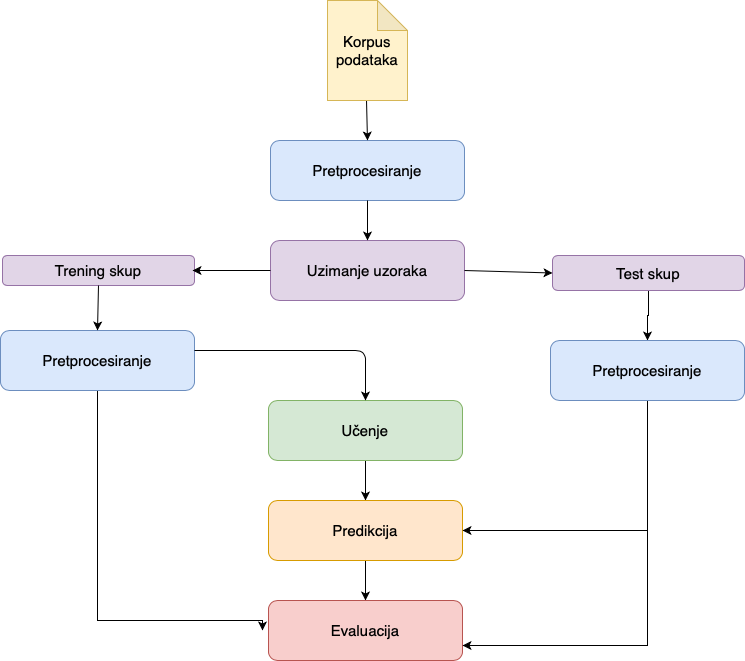
PeleksicLjubica/AlzheimerDiseaseClassification keeps this draw.io diagram as latex/images/workflow.png. Above is the earlier version. Source tidied: cells renumbered, new cells last; positions are measured from the earlier drawing's top-left corner, leaving out a move shared by most shapes. Source of this version:
```xml
<mxGraphModel>
  <root>
    <mxCell id="0" />
    <mxCell id="1" parent="0" />
    <mxCell id="2" value="Pretprocesiranje" style="rounded=1;whiteSpace=wrap;html=1;fillColor=#dae8fc;strokeColor=#6c8ebf;fontSize=15;" parent="1" vertex="1">
      <mxGeometry x="270" y="140" width="194" height="60" as="geometry" />
    </mxCell>
    <mxCell id="3" value="Uzimanje uzoraka" style="rounded=1;whiteSpace=wrap;html=1;fillColor=#e1d5e7;strokeColor=#9673a6;fontSize=15;" parent="1" vertex="1">
      <mxGeometry x="270" y="240" width="194" height="60" as="geometry" />
    </mxCell>
    <mxCell id="4" style="endArrow=classic;html=1;fontSize=15;exitX=0.5;exitY=1;exitDx=0;exitDy=0;entryX=0.5;entryY=0;entryDx=0;entryDy=0;" parent="1" edge="1" target="2">
      <mxGeometry relative="1" as="geometry">
        <mxPoint x="366" y="100" as="sourcePoint" />
      </mxGeometry>
    </mxCell>
    <mxCell id="5" style="endArrow=classic;html=1;fontSize=15;exitX=0.5;exitY=1;exitDx=0;exitDy=0;entryX=0.5;entryY=0;entryDx=0;entryDy=0;" parent="1" edge="1" source="2" target="3">
      <mxGeometry relative="1" as="geometry" />
    </mxCell>
    <mxCell id="6" value="Trening skup" style="rounded=1;whiteSpace=wrap;html=1;fontSize=15;fillColor=#e1d5e7;strokeColor=#9673a6;" parent="1" vertex="1">
      <mxGeometry x="2" y="255" width="192" height="30" as="geometry" />
    </mxCell>
    <mxCell id="7" style="edgeStyle=orthogonalEdgeStyle;rounded=0;jettySize=auto;html=1;fontSize=15;" parent="1" edge="1" source="8" target="23">
      <mxGeometry relative="1" as="geometry" />
    </mxCell>
    <mxCell id="8" value="Test skup" style="rounded=1;whiteSpace=wrap;html=1;fontSize=15;fillColor=#e1d5e7;strokeColor=#9673a6;" parent="1" vertex="1">
      <mxGeometry x="552" y="255" width="192" height="35" as="geometry" />
    </mxCell>
    <mxCell id="9" style="endArrow=classic;html=1;fontSize=15;exitX=0;exitY=0.5;exitDx=0;exitDy=0;" parent="1" edge="1" source="3">
      <mxGeometry relative="1" as="geometry">
        <mxPoint x="192" y="270" as="targetPoint" />
      </mxGeometry>
    </mxCell>
    <mxCell id="10" style="endArrow=classic;html=1;fontSize=15;exitX=1;exitY=0.5;exitDx=0;exitDy=0;entryX=0;entryY=0.5;entryDx=0;entryDy=0;" parent="1" edge="1" source="3" target="8">
      <mxGeometry relative="1" as="geometry" />
    </mxCell>
    <mxCell id="11" style="edgeStyle=orthogonalEdgeStyle;rounded=0;jettySize=auto;html=1;fontSize=15;" parent="1" edge="1" source="12">
      <mxGeometry relative="1" as="geometry">
        <mxPoint x="262" y="630" as="targetPoint" />
        <Array as="points">
          <mxPoint x="97" y="620" />
          <mxPoint x="262" y="620" />
        </Array>
      </mxGeometry>
    </mxCell>
    <mxCell id="12" value="Pretprocesiranje" style="rounded=1;whiteSpace=wrap;html=1;fillColor=#dae8fc;strokeColor=#6c8ebf;fontSize=15;" parent="1" vertex="1">
      <mxGeometry y="330" width="194" height="60" as="geometry" />
    </mxCell>
    <mxCell id="13" style="endArrow=classic;html=1;fontSize=15;exitX=0.5;exitY=1;exitDx=0;exitDy=0;entryX=0.5;entryY=0;entryDx=0;entryDy=0;" parent="1" edge="1" source="6" target="12">
      <mxGeometry relative="1" as="geometry" />
    </mxCell>
    <mxCell id="14" style="edgeStyle=orthogonalEdgeStyle;rounded=0;jettySize=auto;html=1;fontSize=15;" parent="1" edge="1" source="15" target="19">
      <mxGeometry relative="1" as="geometry" />
    </mxCell>
    <mxCell id="15" value="Učenje" style="rounded=1;whiteSpace=wrap;html=1;fillColor=#d5e8d4;strokeColor=#82b366;fontSize=15;" parent="1" vertex="1">
      <mxGeometry x="268" y="400" width="194" height="60" as="geometry" />
    </mxCell>
    <mxCell id="16" style="endArrow=classic;html=1;fontSize=15;entryX=0.5;entryY=0;entryDx=0;entryDy=0;" parent="1" edge="1" target="15">
      <mxGeometry relative="1" as="geometry">
        <mxPoint x="194" y="350" as="sourcePoint" />
        <Array as="points">
          <mxPoint x="365" y="350" />
        </Array>
      </mxGeometry>
    </mxCell>
    <mxCell id="17" value="Korpus&lt;br&gt;podataka" style="shape=note;whiteSpace=wrap;html=1;backgroundOutline=1;darkOpacity=0.05;fontSize=15;fillColor=#fff2cc;strokeColor=#d6b656;" parent="1" vertex="1">
      <mxGeometry x="327" width="80" height="100" as="geometry" />
    </mxCell>
    <mxCell id="18" style="edgeStyle=orthogonalEdgeStyle;rounded=0;jettySize=auto;html=1;fontSize=15;" parent="1" edge="1" source="19" target="20">
      <mxGeometry relative="1" as="geometry" />
    </mxCell>
    <mxCell id="19" value="Predikcija" style="rounded=1;whiteSpace=wrap;html=1;fillColor=#ffe6cc;strokeColor=#d79b00;fontSize=15;" parent="1" vertex="1">
      <mxGeometry x="268" y="500" width="194" height="60" as="geometry" />
    </mxCell>
    <mxCell id="20" value="Evaluacija" style="rounded=1;whiteSpace=wrap;html=1;fillColor=#f8cecc;strokeColor=#b85450;fontSize=15;" parent="1" vertex="1">
      <mxGeometry x="268" y="600" width="194" height="60" as="geometry" />
    </mxCell>
    <mxCell id="21" style="edgeStyle=orthogonalEdgeStyle;rounded=0;jettySize=auto;html=1;entryX=1;entryY=0.5;entryDx=0;entryDy=0;fontSize=15;" parent="1" edge="1" source="23" target="19">
      <mxGeometry relative="1" as="geometry">
        <Array as="points">
          <mxPoint x="647" y="530" />
        </Array>
      </mxGeometry>
    </mxCell>
    <mxCell id="22" style="edgeStyle=orthogonalEdgeStyle;rounded=0;jettySize=auto;html=1;entryX=1;entryY=0.75;entryDx=0;entryDy=0;fontSize=15;" parent="1" edge="1" source="23" target="20">
      <mxGeometry relative="1" as="geometry">
        <Array as="points">
          <mxPoint x="647" y="645" />
        </Array>
      </mxGeometry>
    </mxCell>
    <mxCell id="23" value="Pretprocesiranje" style="rounded=1;whiteSpace=wrap;html=1;fillColor=#dae8fc;strokeColor=#6c8ebf;fontSize=15;" parent="1" vertex="1">
      <mxGeometry x="550" y="340" width="194" height="60" as="geometry" />
    </mxCell>
  </root>
</mxGraphModel>
```
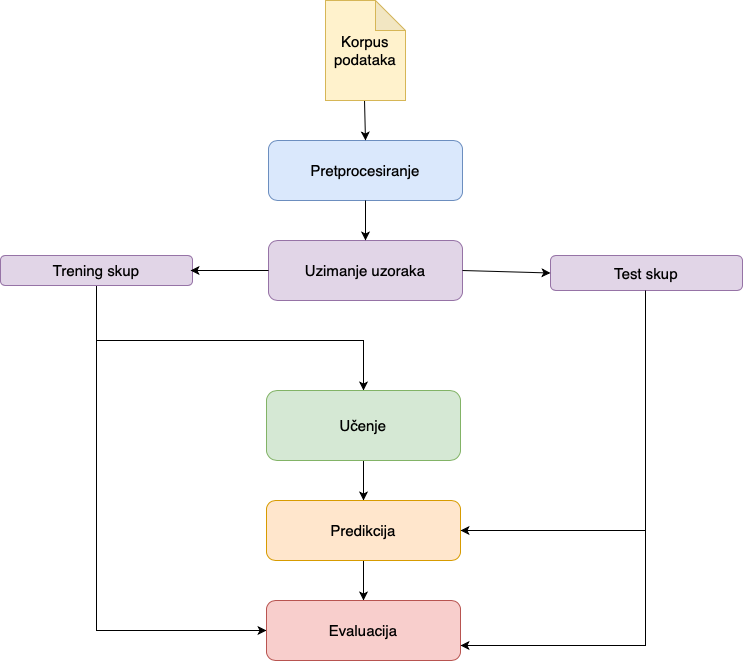
After the commit.

Diff of the diagram source:
```diff
@@ -16,12 +16,24 @@
     <mxCell id="5" style="endArrow=classic;html=1;fontSize=15;exitX=0.5;exitY=1;exitDx=0;exitDy=0;entryX=0.5;entryY=0;entryDx=0;entryDy=0;" parent="1" edge="1" source="2" target="3">
       <mxGeometry relative="1" as="geometry" />
     </mxCell>
+    <mxCell id="24" style="edgeStyle=orthogonalEdgeStyle;rounded=0;jettySize=auto;html=1;entryX=0.5;entryY=0;entryDx=0;entryDy=0;" parent="1" edge="1" source="6" target="15">
+      <mxGeometry relative="1" as="geometry">
+        <Array as="points">
+          <mxPoint x="98" y="340" />
+          <mxPoint x="365" y="340" />
+        </Array>
+      </mxGeometry>
+    </mxCell>
+    <mxCell id="25" style="edgeStyle=orthogonalEdgeStyle;rounded=0;jettySize=auto;html=1;" parent="1" edge="1" source="6" target="20">
+      <mxGeometry relative="1" as="geometry">
+        <Array as="points">
+          <mxPoint x="98" y="630" />
+        </Array>
+      </mxGeometry>
+    </mxCell>
     <mxCell id="6" value="Trening skup" style="rounded=1;whiteSpace=wrap;html=1;fontSize=15;fillColor=#e1d5e7;strokeColor=#9673a6;" parent="1" vertex="1">
       <mxGeometry x="2" y="255" width="192" height="30" as="geometry" />
     </mxCell>
-    <mxCell id="7" style="edgeStyle=orthogonalEdgeStyle;rounded=0;jettySize=auto;html=1;fontSize=15;" parent="1" edge="1" source="8" target="23">
-      <mxGeometry relative="1" as="geometry" />
-    </mxCell>
     <mxCell id="8" value="Test skup" style="rounded=1;whiteSpace=wrap;html=1;fontSize=15;fillColor=#e1d5e7;strokeColor=#9673a6;" parent="1" vertex="1">
       <mxGeometry x="552" y="255" width="192" height="35" as="geometry" />
     </mxCell>
@@ -33,35 +45,12 @@
     <mxCell id="10" style="endArrow=classic;html=1;fontSize=15;exitX=1;exitY=0.5;exitDx=0;exitDy=0;entryX=0;entryY=0.5;entryDx=0;entryDy=0;" parent="1" edge="1" source="3" target="8">
       <mxGeometry relative="1" as="geometry" />
     </mxCell>
-    <mxCell id="11" style="edgeStyle=orthogonalEdgeStyle;rounded=0;jettySize=auto;html=1;fontSize=15;" parent="1" edge="1" source="12">
-      <mxGeometry relative="1" as="geometry">
-        <mxPoint x="262" y="630" as="targetPoint" />
-        <Array as="points">
-          <mxPoint x="97" y="620" />
-          <mxPoint x="262" y="620" />
-        </Array>
-      </mxGeometry>
-    </mxCell>
-    <mxCell id="12" value="Pretprocesiranje" style="rounded=1;whiteSpace=wrap;html=1;fillColor=#dae8fc;strokeColor=#6c8ebf;fontSize=15;" parent="1" vertex="1">
-      <mxGeometry y="330" width="194" height="60" as="geometry" />
-    </mxCell>
-    <mxCell id="13" style="endArrow=classic;html=1;fontSize=15;exitX=0.5;exitY=1;exitDx=0;exitDy=0;entryX=0.5;entryY=0;entryDx=0;entryDy=0;" parent="1" edge="1" source="6" target="12">
-      <mxGeometry relative="1" as="geometry" />
-    </mxCell>
     <mxCell id="14" style="edgeStyle=orthogonalEdgeStyle;rounded=0;jettySize=auto;html=1;fontSize=15;" parent="1" edge="1" source="15" target="19">
       <mxGeometry relative="1" as="geometry" />
     </mxCell>
     <mxCell id="15" value="Učenje" style="rounded=1;whiteSpace=wrap;html=1;fillColor=#d5e8d4;strokeColor=#82b366;fontSize=15;" parent="1" vertex="1">
-      <mxGeometry x="268" y="400" width="194" height="60" as="geometry" />
+      <mxGeometry x="268" y="390" width="194" height="70" as="geometry" />
     </mxCell>
-    <mxCell id="16" style="endArrow=classic;html=1;fontSize=15;entryX=0.5;entryY=0;entryDx=0;entryDy=0;" parent="1" edge="1" target="15">
-      <mxGeometry relative="1" as="geometry">
-        <mxPoint x="194" y="350" as="sourcePoint" />
-        <Array as="points">
-          <mxPoint x="365" y="350" />
-        </Array>
-      </mxGeometry>
-    </mxCell>
     <mxCell id="17" value="Korpus&lt;br&gt;podataka" style="shape=note;whiteSpace=wrap;html=1;backgroundOutline=1;darkOpacity=0.05;fontSize=15;fillColor=#fff2cc;strokeColor=#d6b656;" parent="1" vertex="1">
       <mxGeometry x="327" width="80" height="100" as="geometry" />
     </mxCell>
@@ -74,22 +63,20 @@
     <mxCell id="20" value="Evaluacija" style="rounded=1;whiteSpace=wrap;html=1;fillColor=#f8cecc;strokeColor=#b85450;fontSize=15;" parent="1" vertex="1">
       <mxGeometry x="268" y="600" width="194" height="60" as="geometry" />
     </mxCell>
-    <mxCell id="21" style="edgeStyle=orthogonalEdgeStyle;rounded=0;jettySize=auto;html=1;entryX=1;entryY=0.5;entryDx=0;entryDy=0;fontSize=15;" parent="1" edge="1" source="23" target="19">
+    <mxCell id="21" style="edgeStyle=orthogonalEdgeStyle;rounded=0;jettySize=auto;html=1;entryX=1;entryY=0.5;entryDx=0;entryDy=0;fontSize=15;" parent="1" edge="1" target="19">
       <mxGeometry relative="1" as="geometry">
+        <mxPoint x="647" y="400" as="sourcePoint" />
         <Array as="points">
           <mxPoint x="647" y="530" />
         </Array>
       </mxGeometry>
     </mxCell>
-    <mxCell id="22" style="edgeStyle=orthogonalEdgeStyle;rounded=0;jettySize=auto;html=1;entryX=1;entryY=0.75;entryDx=0;entryDy=0;fontSize=15;" parent="1" edge="1" source="23" target="20">
+    <mxCell id="22" style="edgeStyle=orthogonalEdgeStyle;rounded=0;jettySize=auto;html=1;entryX=1;entryY=0.75;entryDx=0;entryDy=0;fontSize=15;" parent="1" edge="1" source="8" target="20">
       <mxGeometry relative="1" as="geometry">
         <Array as="points">
           <mxPoint x="647" y="645" />
         </Array>
       </mxGeometry>
     </mxCell>
-    <mxCell id="23" value="Pretprocesiranje" style="rounded=1;whiteSpace=wrap;html=1;fillColor=#dae8fc;strokeColor=#6c8ebf;fontSize=15;" parent="1" vertex="1">
-      <mxGeometry x="550" y="340" width="194" height="60" as="geometry" />
-    </mxCell>
   </root>
 </mxGraphModel>
```
